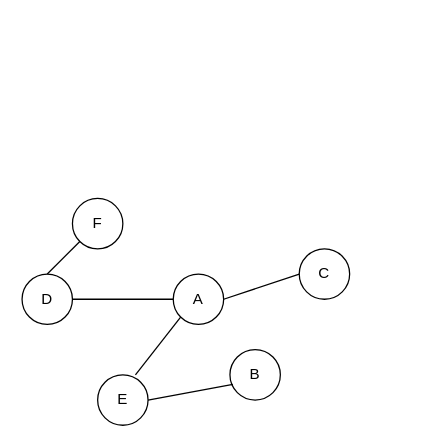
This is graphs.drawio from semihhdemirel/semihhdemirel, a draw.io file, before an edit. Source tidied: cells renumbered, new cells numbered last; positions are measured from the earlier drawing's top-left corner, leaving out a move shared by most shapes. Both pictures are drawn from the tidied source at 126%, with x=0, y=0 at pixel (21, 198).
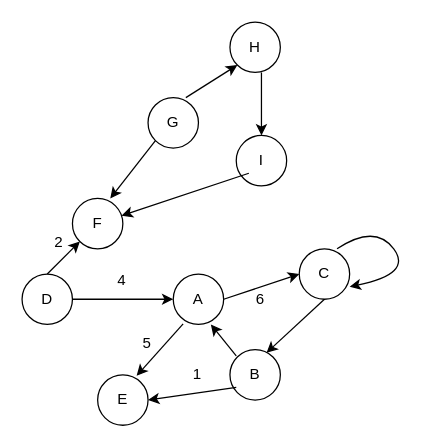
The same diagram, later.

Unchanged cells that the change refers to:
```xml
<mxCell id="2" value="A" style="ellipse;whiteSpace=wrap;html=1;" parent="1" vertex="1">
  <mxGeometry x="120" y="60" width="40" height="40" as="geometry" />
</mxCell>
<mxCell id="3" value="B" style="ellipse;whiteSpace=wrap;html=1;" parent="1" vertex="1">
  <mxGeometry x="165" y="120" width="40" height="40" as="geometry" />
</mxCell>
<mxCell id="4" value="C" style="ellipse;whiteSpace=wrap;html=1;" parent="1" vertex="1">
  <mxGeometry x="220" y="40" width="40" height="40" as="geometry" />
</mxCell>
<mxCell id="6" value="E" style="ellipse;whiteSpace=wrap;html=1;" parent="1" vertex="1">
  <mxGeometry x="60" y="140" width="40" height="40" as="geometry" />
</mxCell>
<mxCell id="7" value="F" style="ellipse;whiteSpace=wrap;html=1;" parent="1" vertex="1">
  <mxGeometry x="40" width="40" height="40" as="geometry" />
</mxCell>
```

Diff of the diagram source:
```diff
@@
-    <mxCell id="8" style="endArrow=none;html=1;rounded=0;entryX=0;entryY=0.5;entryDx=0;entryDy=0;" parent="1" edge="1" target="2">
-      <mxGeometry relative="1" as="geometry">
-        <mxPoint x="40" y="80" as="sourcePoint" />
-      </mxGeometry>
-    </mxCell>
-    <mxCell id="9" style="endArrow=none;html=1;rounded=0;entryX=0;entryY=1;entryDx=0;entryDy=0;" parent="1" edge="1" target="7">
-      <mxGeometry relative="1" as="geometry">
-        <mxPoint x="20" y="60" as="sourcePoint" />
-      </mxGeometry>
-    </mxCell>
-    <mxCell id="10" style="endArrow=none;html=1;rounded=0;entryX=0;entryY=0.5;entryDx=0;entryDy=0;" parent="1" edge="1" target="4">
-      <mxGeometry relative="1" as="geometry">
-        <mxPoint x="160" y="80" as="sourcePoint" />
-      </mxGeometry>
-    </mxCell>
-    <mxCell id="11" style="endArrow=none;html=1;rounded=0;entryX=0.058;entryY=0.688;entryDx=0;entryDy=0;entryPerimeter=0;" parent="1" edge="1" target="3">
-      <mxGeometry relative="1" as="geometry">
-        <mxPoint x="100" y="160" as="sourcePoint" />
-      </mxGeometry>
-    </mxCell>
-    <mxCell id="12" style="endArrow=none;html=1;rounded=0;entryX=0;entryY=1;entryDx=0;entryDy=0;" parent="1" edge="1" target="2">
-      <mxGeometry relative="1" as="geometry">
-        <mxPoint x="90" y="140" as="sourcePoint" />
-      </mxGeometry>
-    </mxCell>
+    <mxCell id="13" value="2" style="text;strokeColor=none;fillColor=none;align=left;verticalAlign=middle;spacingLeft=4;spacingRight=4;overflow=hidden;whiteSpace=wrap;html=1;" parent="1" vertex="1">
+      <mxGeometry x="20" y="20" width="20" height="30" as="geometry" />
+    </mxCell>
+    <mxCell id="14" value="4" style="text;strokeColor=none;fillColor=none;align=left;verticalAlign=middle;spacingLeft=4;spacingRight=4;overflow=hidden;whiteSpace=wrap;html=1;" parent="1" vertex="1">
+      <mxGeometry x="70" y="50" width="20" height="30" as="geometry" />
+    </mxCell>
+    <mxCell id="15" value="5" style="text;strokeColor=none;fillColor=none;align=left;verticalAlign=middle;spacingLeft=4;spacingRight=4;overflow=hidden;whiteSpace=wrap;html=1;" parent="1" vertex="1">
+      <mxGeometry x="90" y="100" width="20" height="30" as="geometry" />
+    </mxCell>
+    <mxCell id="16" value="6" style="text;strokeColor=none;fillColor=none;align=left;verticalAlign=middle;spacingLeft=4;spacingRight=4;overflow=hidden;whiteSpace=wrap;html=1;" parent="1" vertex="1">
+      <mxGeometry x="180" y="65" width="20" height="30" as="geometry" />
+    </mxCell>
+    <mxCell id="17" value="1" style="text;strokeColor=none;fillColor=none;align=left;verticalAlign=middle;spacingLeft=4;spacingRight=4;overflow=hidden;whiteSpace=wrap;html=1;" parent="1" vertex="1">
+      <mxGeometry x="130" y="125" width="20" height="30" as="geometry" />
+    </mxCell>
+    <mxCell id="18" style="endArrow=classic;html=1;rounded=0;entryX=0;entryY=1;entryDx=0;entryDy=0;" parent="1" edge="1" target="7">
+      <mxGeometry relative="1" as="geometry">
+        <mxPoint x="20" y="60" as="sourcePoint" />
+      </mxGeometry>
+    </mxCell>
+    <mxCell id="19" style="endArrow=classic;html=1;rounded=0;entryX=0;entryY=0.5;entryDx=0;entryDy=0;" parent="1" edge="1" target="2">
+      <mxGeometry relative="1" as="geometry">
+        <mxPoint x="40" y="80" as="sourcePoint" />
+      </mxGeometry>
+    </mxCell>
+    <mxCell id="20" style="endArrow=classic;html=1;rounded=0;entryX=0.773;entryY=0.019;entryDx=0;entryDy=0;entryPerimeter=0;exitX=0.196;exitY=0.989;exitDx=0;exitDy=0;exitPerimeter=0;" parent="1" edge="1" source="2" target="6">
+      <mxGeometry relative="1" as="geometry" />
+    </mxCell>
+    <mxCell id="21" style="endArrow=classic;html=1;rounded=0;entryX=0;entryY=0.5;entryDx=0;entryDy=0;" parent="1" edge="1" target="4">
+      <mxGeometry relative="1" as="geometry">
+        <mxPoint x="160" y="80" as="sourcePoint" />
+      </mxGeometry>
+    </mxCell>
+    <mxCell id="22" style="endArrow=classic;html=1;rounded=0;entryX=1;entryY=0.5;entryDx=0;entryDy=0;" parent="1" edge="1" target="6">
+      <mxGeometry relative="1" as="geometry">
+        <mxPoint x="170" y="150" as="sourcePoint" />
+      </mxGeometry>
+    </mxCell>
+    <mxCell id="23" style="endArrow=classic;html=1;rounded=0;entryX=0.725;entryY=0.063;entryDx=0;entryDy=0;entryPerimeter=0;" parent="1" edge="1" target="3">
+      <mxGeometry relative="1" as="geometry">
+        <mxPoint x="240" y="80" as="sourcePoint" />
+      </mxGeometry>
+    </mxCell>
+    <mxCell id="24" style="endArrow=classic;html=1;rounded=0;entryX=0.746;entryY=1;entryDx=0;entryDy=0;entryPerimeter=0;" parent="1" edge="1" target="2">
+      <mxGeometry relative="1" as="geometry">
+        <mxPoint x="170" y="125" as="sourcePoint" />
+      </mxGeometry>
+    </mxCell>
+    <mxCell id="25" value="G" style="ellipse;whiteSpace=wrap;html=1;" parent="1" vertex="1">
+      <mxGeometry x="100" y="-80" width="40" height="40" as="geometry" />
+    </mxCell>
+    <mxCell id="26" value="I" style="ellipse;whiteSpace=wrap;html=1;" parent="1" vertex="1">
+      <mxGeometry x="170" y="-50" width="40" height="40" as="geometry" />
+    </mxCell>
+    <mxCell id="27" value="H" style="ellipse;whiteSpace=wrap;html=1;" parent="1" vertex="1">
+      <mxGeometry x="165" y="-140" width="40" height="40" as="geometry" />
+    </mxCell>
+    <mxCell id="28" style="endArrow=classic;html=1;rounded=0;entryX=0;entryY=1;entryDx=0;entryDy=0;" parent="1" edge="1" target="27">
+      <mxGeometry relative="1" as="geometry">
+        <mxPoint x="130" y="-80" as="sourcePoint" />
+      </mxGeometry>
+    </mxCell>
+    <mxCell id="29" style="endArrow=classic;html=1;rounded=0;entryX=0.5;entryY=0;entryDx=0;entryDy=0;" parent="1" edge="1" target="26">
+      <mxGeometry relative="1" as="geometry">
+        <mxPoint x="190" y="-100" as="sourcePoint" />
+      </mxGeometry>
+    </mxCell>
+    <mxCell id="30" style="endArrow=classic;html=1;rounded=0;exitX=0;exitY=1;exitDx=0;exitDy=0;entryX=0.75;entryY=0;entryDx=0;entryDy=0;entryPerimeter=0;" parent="1" edge="1" source="25" target="7">
+      <mxGeometry relative="1" as="geometry" />
+    </mxCell>
+    <mxCell id="31" style="endArrow=classic;html=1;rounded=0;" parent="1" edge="1" target="7">
+      <mxGeometry relative="1" as="geometry">
+        <mxPoint x="180" y="-20" as="sourcePoint" />
+      </mxGeometry>
+    </mxCell>
+    <mxCell id="32" style="curved=1;endArrow=classic;html=1;rounded=0;entryX=1;entryY=0.75;entryDx=0;entryDy=0;entryPerimeter=0;" parent="1" edge="1" target="4">
+      <mxGeometry relative="1" as="geometry">
+        <mxPoint x="250" y="40" as="sourcePoint" />
+        <Array as="points">
+          <mxPoint x="280" y="20" />
+          <mxPoint x="310" y="60" />
+        </Array>
+      </mxGeometry>
+    </mxCell>
```
